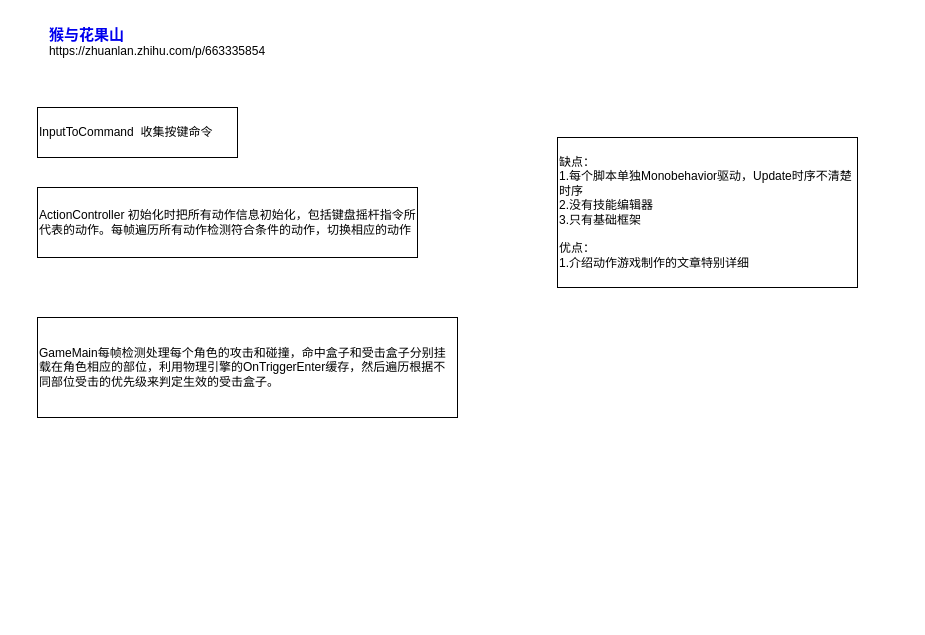
Before: 未命名绘图.drawio in fdgggy/UnityPractice2, a draw.io diagram. Source tidied: cells renumbered, new cells numbered last; positions are measured from the earlier drawing's top-left corner, leaving out a move shared by most shapes. Both pictures are drawn from the tidied source at 100%, with x=0, y=0 at pixel (37, 17).
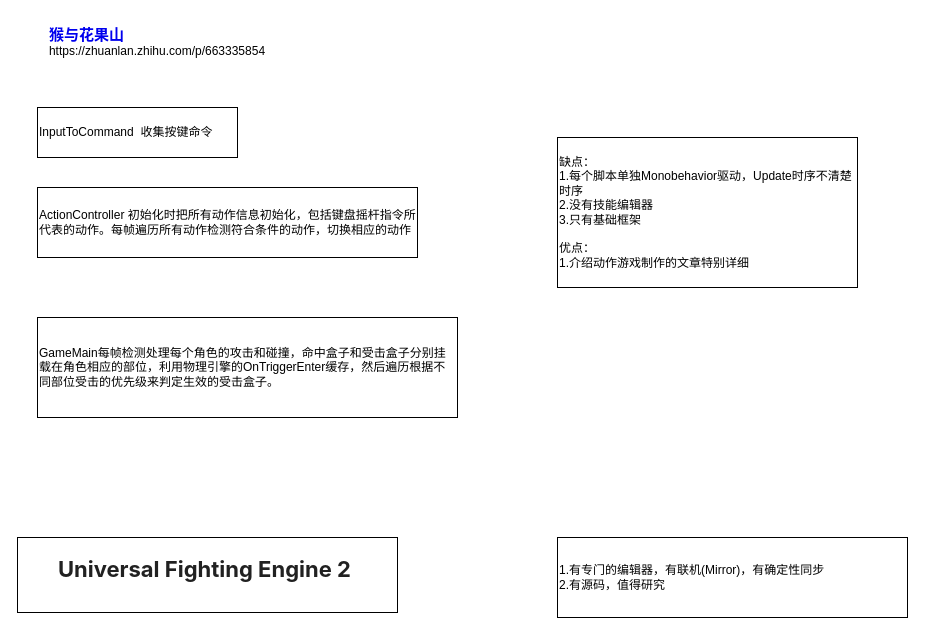
Above is the later version.

Commit message:
更新未命名绘图.drawio

The edit, as a diff of the source:
```diff
@@
 <mxGraphModel>
   <root>
     <mxCell id="0" />
     <mxCell id="1" parent="0" />
     <mxCell id="2" value="&lt;div style=&quot;text-align: left;&quot;&gt;&lt;a style=&quot;text-wrap: nowrap; text-decoration-line: none; font-family: -apple-system, BlinkMacSystemFont, &amp;quot;Helvetica Neue&amp;quot;, &amp;quot;PingFang SC&amp;quot;, &amp;quot;Microsoft YaHei&amp;quot;, &amp;quot;Source Han Sans SC&amp;quot;, &amp;quot;Noto Sans CJK SC&amp;quot;, &amp;quot;WenQuanYi Micro Hei&amp;quot;, sans-serif; font-size: 15px; font-weight: 600; background-color: rgb(255, 255, 255);&quot; data-za-detail-view-element_name=&quot;User&quot; class=&quot;UserLink-link&quot; target=&quot;_blank&quot; href=&quot;https://www.zhihu.com/people/stone-shi-47&quot;&gt;猴与花果山&lt;/a&gt;&lt;/div&gt;&lt;div style=&quot;text-align: left;&quot;&gt;https://zhuanlan.zhihu.com/p/663335854&lt;br&gt;&lt;/div&gt;" style="text;html=1;align=center;verticalAlign=middle;whiteSpace=wrap;rounded=0;" parent="1" vertex="1">
       <mxGeometry width="240" height="50" as="geometry" />
     </mxCell>
     <mxCell id="3" value="InputToCommand&amp;nbsp; 收集按键命令" style="rounded=0;whiteSpace=wrap;html=1;align=left;" parent="1" vertex="1">
       <mxGeometry y="90" width="200" height="50" as="geometry" />
     </mxCell>
     <mxCell id="4" value="ActionController 初始化时把所有动作信息初始化，包括键盘摇杆指令所代表的动作。每帧遍历所有动作检测符合条件的动作，切换相应的动作" style="rounded=0;whiteSpace=wrap;html=1;align=left;" parent="1" vertex="1">
       <mxGeometry y="170" width="380" height="70" as="geometry" />
     </mxCell>
     <mxCell id="5" value="GameMain每帧检测处理每个角色的攻击和碰撞，命中盒子和受击盒子分别挂载在角色相应的部位，利用物理引擎的OnTriggerEnter缓存，然后遍历根据不同部位受击的优先级来判定生效的受击盒子。" style="rounded=0;whiteSpace=wrap;html=1;align=left;" parent="1" vertex="1">
       <mxGeometry y="300" width="420" height="100" as="geometry" />
     </mxCell>
     <mxCell id="6" value="缺点：&lt;div&gt;1.每个脚本单独Monobehavior驱动，Update时序不清楚时序&lt;/div&gt;&lt;div&gt;2.没有技能编辑器&lt;/div&gt;&lt;div&gt;3.只有基础框架&lt;/div&gt;&lt;div&gt;&lt;br&gt;&lt;/div&gt;&lt;div&gt;优点：&lt;/div&gt;&lt;div&gt;1.介绍动作游戏制作的文章特别详细&lt;/div&gt;" style="rounded=0;whiteSpace=wrap;html=1;align=left;" parent="1" vertex="1">
       <mxGeometry x="520" y="120" width="300" height="150" as="geometry" />
     </mxCell>
+    <mxCell id="7" value="&lt;h1 style=&quot;box-sizing: inherit; margin: 0px 0px 12px; padding: 0px; font-size: 22px; color: rgb(33, 33, 33); line-height: 1.2; font-family: Inter, &amp;quot;Noto Sans SC&amp;quot;, &amp;quot;Noto Sans JP&amp;quot;, &amp;quot;Noto Sans KR&amp;quot;, Roboto, -apple-system, BlinkMacSystemFont, &amp;quot;Segoe UI&amp;quot;, Oxygen, Ubuntu, Cantarell, &amp;quot;Fira Sans&amp;quot;, &amp;quot;Droid Sans&amp;quot;, &amp;quot;Helvetica Neue&amp;quot;, Helvetica, Arial, sans-serif; text-align: start; background-color: rgb(255, 255, 255);&quot; class=&quot;cfm2v&quot;&gt;Universal Fighting Engine 2&amp;nbsp;&lt;/h1&gt;" style="rounded=0;whiteSpace=wrap;html=1;" parent="1" vertex="1">
+      <mxGeometry x="-20" y="520" width="380" height="75" as="geometry" />
+    </mxCell>
+    <mxCell id="8" value="1.有专门的编辑器，有联机(Mirror)，有确定性同步&lt;div&gt;2.有源码，值得研究&lt;/div&gt;" style="rounded=0;whiteSpace=wrap;html=1;align=left;" parent="1" vertex="1">
+      <mxGeometry x="520" y="520" width="350" height="80" as="geometry" />
+    </mxCell>
   </root>
 </mxGraphModel>
```
